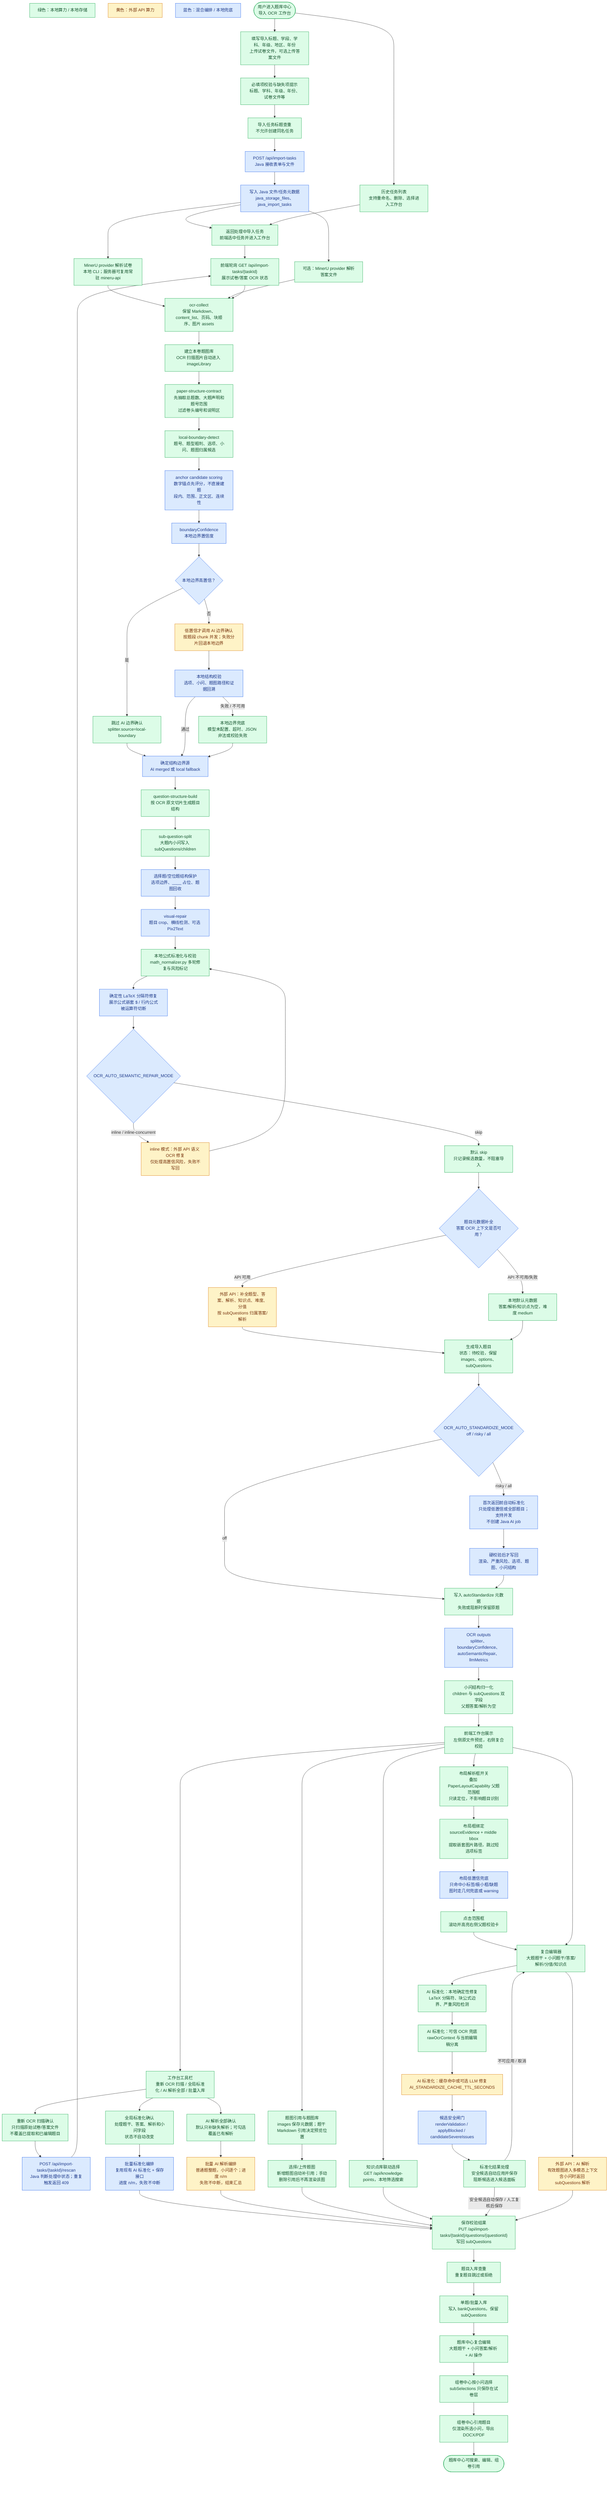
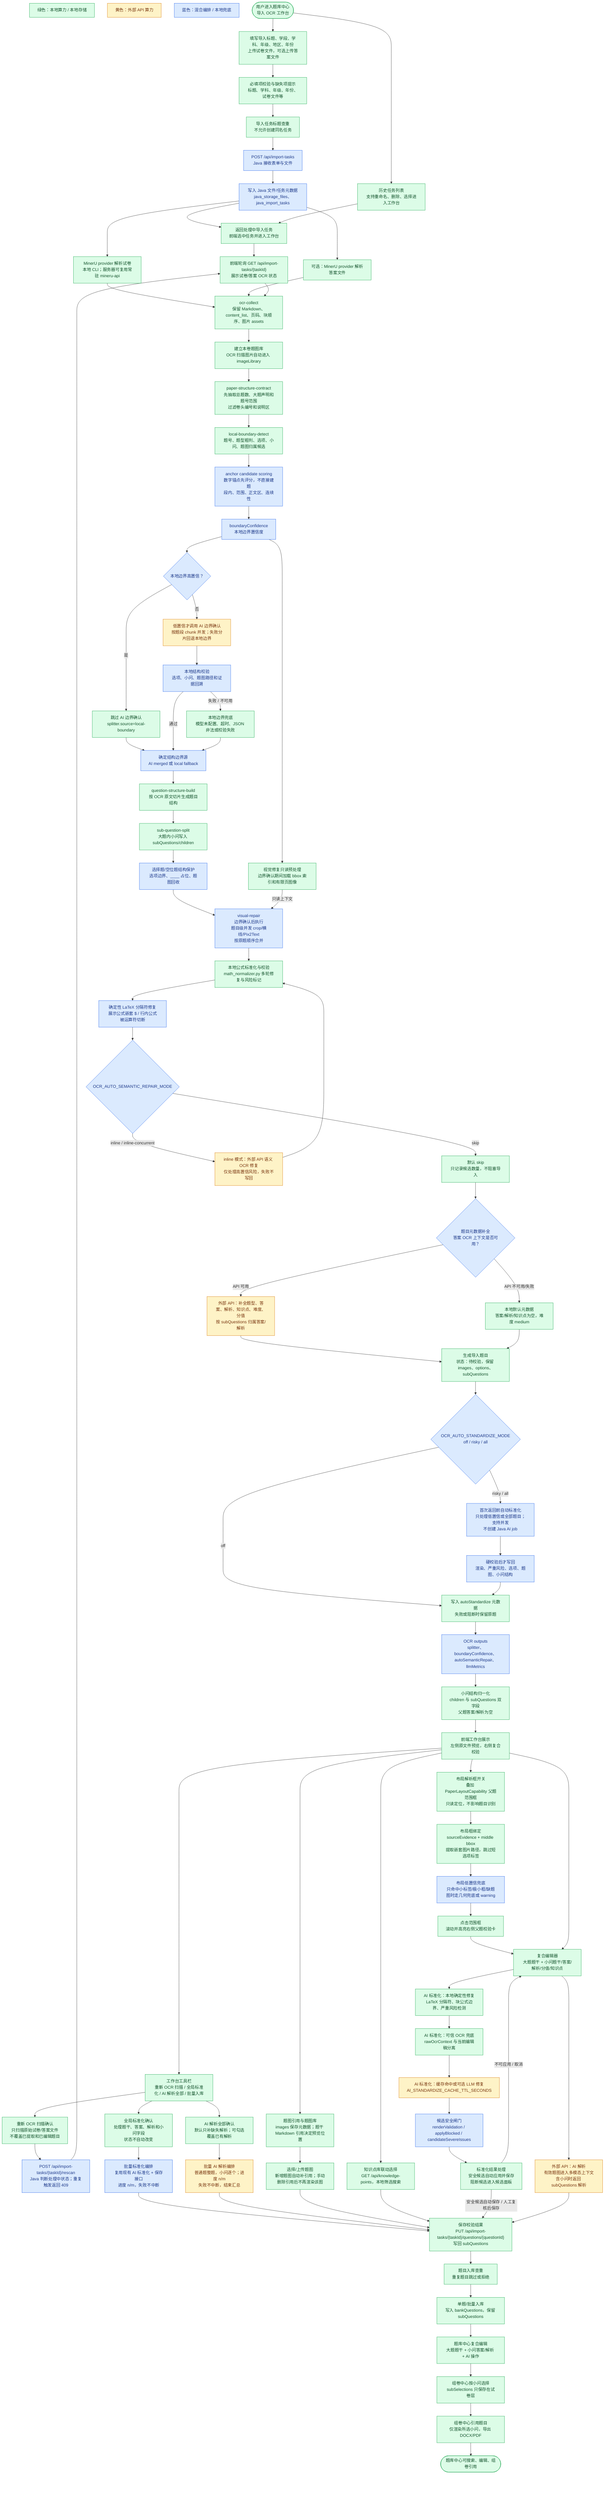
%% Version: 2026-07-10 / product v16 / GlobalStandardize
%% Status: current-primary
%% Scope: import OCR workbench UX, task lifecycle, structure-contract extraction, first-return auto standardization, layout overlay isolation, rescan, global standardization, batch AI analysis, and manual review.
flowchart TD
  LegendLocal["绿色：本地算力 / 本地存储"]:::local
  LegendExternal["黄色：外部 API 算力"]:::external
  LegendMixed["蓝色：混合编排 / 本地兜底"]:::mixed

  Start(["用户进入题库中心<br/>导入 OCR 工作台"]):::local
  Create["填写导入标题、学段、学科、年级、地区、年份<br/>上传试卷文件，可选上传答案文件"]:::local
  Required["必填项校验与缺失项提示<br/>标题、学科、年级、年份、试卷文件等"]:::local
  NameDedup["导入任务标题查重<br/>不允许创建同名任务"]:::local
  Post["POST /api/import-tasks<br/>Java 接收表单与文件"]:::mixed
  Persist["写入 Java 文件/任务元数据<br/>java_storage_files、java_import_tasks"]:::mixed
  ReturnTask["返回处理中导入任务<br/>前端选中任务并进入工作台"]:::local
  TaskManage["历史任务列表<br/>支持重命名、删除、选择进入工作台"]:::local

  PaperOcr["MinerU provider 解析试卷<br/>本地 CLI；服务器可复用常驻 mineru-api"]:::local
  AnswerOcr["可选：MinerU provider 解析答案文件"]:::local
  Poll["前端轮询 GET /api/import-tasks/{taskId}<br/>展示试卷/答案 OCR 状态"]:::local
  Collect["ocr-collect<br/>保留 Markdown、content_list、页码、块顺序、图片 assets"]:::local
  ImageLibrary["建立本卷题图库<br/>OCR 扫描图片自动进入 imageLibrary"]:::local

  StructureContract["paper-structure-contract<br/>先抽取总题数、大题声明和题号范围<br/>过滤卷头编号和说明区"]:::local
  LocalBoundary["local-boundary-detect<br/>题号、题型粗判、选项、小问、题图归属候选"]:::local
  AnchorCandidate["anchor candidate scoring<br/>数字锚点先评分，不直接建题<br/>段内、范围、正文区、连续性"]:::mixed
  BoundaryConfidence["boundaryConfidence<br/>本地边界置信度"]:::mixed
  BoundaryHigh{"本地边界高置信？"}:::mixed
  BoundarySkip["跳过 AI 边界确认<br/>splitter.source=local-boundary"]:::local
  LlmBoundary["低置信才调用 AI 边界确认<br/>按题段 chunk 并发；失败分片回退本地边界"]:::external
  BoundaryValidate["本地结构校验<br/>选项、小问、题图路径和证据回溯"]:::mixed
  BoundaryFallback["本地边界兜底<br/>模型未配置、超时、JSON 非法或校验失败"]:::local
  BoundarySource["确定结构边界源<br/>AI merged 或 local fallback"]:::mixed
+   VisualRepairPreload["视觉修复只读预处理<br/>边界确认期间加载 bbox 索引和有限页图像"]:::local

  BuildStructure["question-structure-build<br/>按 OCR 原文切片生成题目结构"]:::local
  SubQuestionSplit["sub-question-split<br/>大题内小问写入 subQuestions/children"]:::local
  ChoiceBlankProtect["选择题/空位题结构保护<br/>选项边界、____ 占位、题图回收"]:::mixed
-   VisualRepair["visual-repair<br/>题目 crop、横线检测、可选 Pix2Text"]:::mixed
+   VisualRepair["visual-repair<br/>边界确认后执行<br/>题目级并发 crop/横线/Pix2Text<br/>按原题顺序合并"]:::mixed
  MathNormalize["本地公式标准化与校验<br/>math_normalizer.py 多轮修复与风险标记"]:::local
  LatexDelimiter["确定性 LaTeX 分隔符修复<br/>展示公式嵌套 $ / 行内公式被运算符切断"]:::mixed
  AutoSemanticMode{"OCR_AUTO_SEMANTIC_REPAIR_MODE"}:::mixed
  AutoSemanticSkip["默认 skip<br/>只记录候选数量，不阻塞导入"]:::local
  SemanticApi["inline 模式：外部 API 语义 OCR 修复<br/>仅处理高置信风险，失败不写回"]:::external

  MetadataFlow{"题目元数据补全<br/>答案 OCR 上下文是否可用？"}:::mixed
  MetadataApi["外部 API：补全题型、答案、解析、知识点、难度、分值<br/>按 subQuestions 归属答案/解析"]:::external
  MetadataFallback["本地默认元数据<br/>答案/解析/知识点为空，难度 medium"]:::local

  BuildImport["生成导入题目<br/>状态：待校验，保留 images、options、subQuestions"]:::local
  AutoStdMode{"OCR_AUTO_STANDARDIZE_MODE<br/>off / risky / all"}:::mixed
  AutoStdRun["首次返回前自动标准化<br/>只处理低置信或全部题目；支持并发<br/>不创建 Java AI job"]:::mixed
  AutoStdGate["硬校验后才写回<br/>渲染、严重风险、选项、题图、小问结构"]:::mixed
  AutoStdMeta["写入 autoStandardize 元数据<br/>失败或阻断时保留原题"]:::local
  OcrOutputs["OCR outputs<br/>splitter、boundaryConfidence、autoSemanticRepair、llmMetrics"]:::mixed
  SubQuestionNormalize["小问结构归一化<br/>children 与 subQuestions 双字段<br/>父题答案/解析为空"]:::local
  Workbench["前端工作台展示<br/>左侧原文件预览，右侧复合校验"]:::local
  LayoutToggle["布局解析框开关<br/>叠加 PaperLayoutCapability 父题范围框<br/>只读定位，不影响题目识别"]:::local
  LayoutBind["布局框绑定<br/>sourceEvidence + middle bbox<br/>提取嵌套图片路径，跳过短选项标签"]:::local
  LayoutFallback["布局低置信兜底<br/>只命中小标签/极小框/缺题图时走几何兜底或 warning"]:::mixed
  LayoutClick["点击范围框<br/>滚动并高亮右侧父题校验卡"]:::local
  Toolbar["工作台工具栏<br/>重新 OCR 扫描 / 全局标准化 / AI 解析全部 / 批量入库"]:::local
  RescanConfirm["重新 OCR 扫描确认<br/>只扫描原始试卷/答案文件<br/>不覆盖已提取和已编辑题目"]:::local
  RescanApi["POST /api/import-tasks/{taskId}/rescan<br/>Java 判断处理中状态；重复触发返回 409"]:::mixed
  BatchStdConfirm["全局标准化确认<br/>处理题干、答案、解析和小问字段<br/>状态不自动改变"]:::local
  BatchStdLoop["批量标准化编排<br/>复用现有 AI 标准化 + 保存接口<br/>进度 n/m，失败不中断"]:::mixed
  BatchAiConfirm["AI 解析全部确认<br/>默认只补缺失解析；可勾选覆盖已有解析"]:::local
  BatchAiLoop["批量 AI 解析编排<br/>普通题整题，小问逐个；进度 n/m<br/>失败不中断，结束汇总"]:::external
  FigureRefs["题图引用与题图库<br/>images 保存元数据；题干 Markdown 引用决定预览位置"]:::local
  ImportImages["选择/上传题图<br/>新增题图自动补引用；手动删除引用后不再渲染该图"]:::local
  KnowledgePick["知识点库联动选择<br/>GET /api/knowledge-points，本地筛选搜索"]:::local
  ManualEdit["复合编辑器<br/>大题题干 + 小问题干/答案/解析/分值/知识点"]:::local

  StdLocal["AI 标准化：本地确定性修复<br/>LaTeX 分隔符、块公式边界、严重风险检测"]:::local
  StdOcr["AI 标准化：可信 OCR 兜底<br/>rawOcrContext 与当前编辑稿分离"]:::local
  StdLlm["AI 标准化：缓存命中或可选 LLM 修复<br/>AI_STANDARDIZE_CACHE_TTL_SECONDS"]:::external
  StdGate["候选安全闸门<br/>renderValidation / applyBlocked / candidateSevereIssues"]:::mixed
  CandidatePanel["标准化结果处理<br/>安全候选自动应用并保存<br/>阻断候选进入候选面板"]:::local
  AiAnalysis["外部 API：AI 解析<br/>有效题图进入多模态上下文<br/>含小问时返回 subQuestions 解析"]:::external
  SaveReview["保存校验结果<br/>PUT /api/import-tasks/{taskId}/questions/{questionId}<br/>写回 subQuestions"]:::local
  BankDedup["题目入库查重<br/>重复题目跳过或拒绝"]:::local
  Bank["单题/批量入库<br/>写入 bankQuestions，保留 subQuestions"]:::local
  BankEdit["题库中心复合编辑<br/>大题题干 + 小问答案/解析 + AI 操作"]:::local
  PaperSubSelect["组卷中心按小问选择<br/>subSelections 只保存在试卷层"]:::local
  PaperExport["组卷中心引用题目<br/>仅渲染所选小问，导出 DOCX/PDF"]:::local
  End(["题库中心可搜索、编辑、组卷引用"]):::local

  Start --> Create --> Required --> NameDedup --> Post --> Persist --> ReturnTask
  Start --> TaskManage --> ReturnTask
  Persist --> PaperOcr
  Persist --> AnswerOcr
  ReturnTask --> Poll
  PaperOcr --> Collect
  AnswerOcr --> Collect
  Poll --> Collect
  Collect --> ImageLibrary --> StructureContract --> LocalBoundary --> AnchorCandidate --> BoundaryConfidence --> BoundaryHigh
+   BoundaryConfidence --> VisualRepairPreload
  BoundaryHigh -- "是" --> BoundarySkip --> BoundarySource
  BoundaryHigh -- "否" --> LlmBoundary --> BoundaryValidate
  BoundaryValidate -- "通过" --> BoundarySource
  BoundaryValidate -- "失败 / 不可用" --> BoundaryFallback --> BoundarySource
  BoundarySource --> BuildStructure --> SubQuestionSplit --> ChoiceBlankProtect --> VisualRepair --> MathNormalize
+   VisualRepairPreload -- "只读上下文" --> VisualRepair
  MathNormalize --> LatexDelimiter --> AutoSemanticMode
  AutoSemanticMode -- "skip" --> AutoSemanticSkip --> MetadataFlow
  AutoSemanticMode -- "inline / inline-concurrent" --> SemanticApi --> MathNormalize
  MetadataFlow -- "API 可用" --> MetadataApi --> BuildImport
  MetadataFlow -- "API 不可用/失败" --> MetadataFallback --> BuildImport
  BuildImport --> AutoStdMode
  AutoStdMode -- "off" --> AutoStdMeta
  AutoStdMode -- "risky / all" --> AutoStdRun --> AutoStdGate --> AutoStdMeta
  AutoStdMeta --> OcrOutputs --> SubQuestionNormalize --> Workbench
  Workbench --> LayoutToggle --> LayoutBind --> LayoutFallback --> LayoutClick --> ManualEdit
  Workbench --> Toolbar
  Toolbar --> RescanConfirm --> RescanApi --> Poll
  Toolbar --> BatchStdConfirm --> BatchStdLoop --> SaveReview
  Toolbar --> BatchAiConfirm --> BatchAiLoop --> SaveReview
  Workbench --> FigureRefs --> ImportImages --> SaveReview
  Workbench --> KnowledgePick --> SaveReview
  Workbench --> ManualEdit
  ManualEdit --> StdLocal --> StdOcr --> StdLlm --> StdGate --> CandidatePanel
  CandidatePanel -- "安全候选自动保存 / 人工复核后保存" --> SaveReview
  CandidatePanel -- "不可应用 / 取消" --> ManualEdit
  ManualEdit --> AiAnalysis --> SaveReview
  SaveReview --> BankDedup --> Bank --> BankEdit --> PaperSubSelect --> PaperExport --> End

  classDef local fill:#dcfce7,stroke:#16a34a,color:#14532d,stroke-width:1px;
  classDef external fill:#fef3c7,stroke:#d97706,color:#78350f,stroke-width:1px;
  classDef mixed fill:#dbeafe,stroke:#2563eb,color:#1e3a8a,stroke-width:1px;
